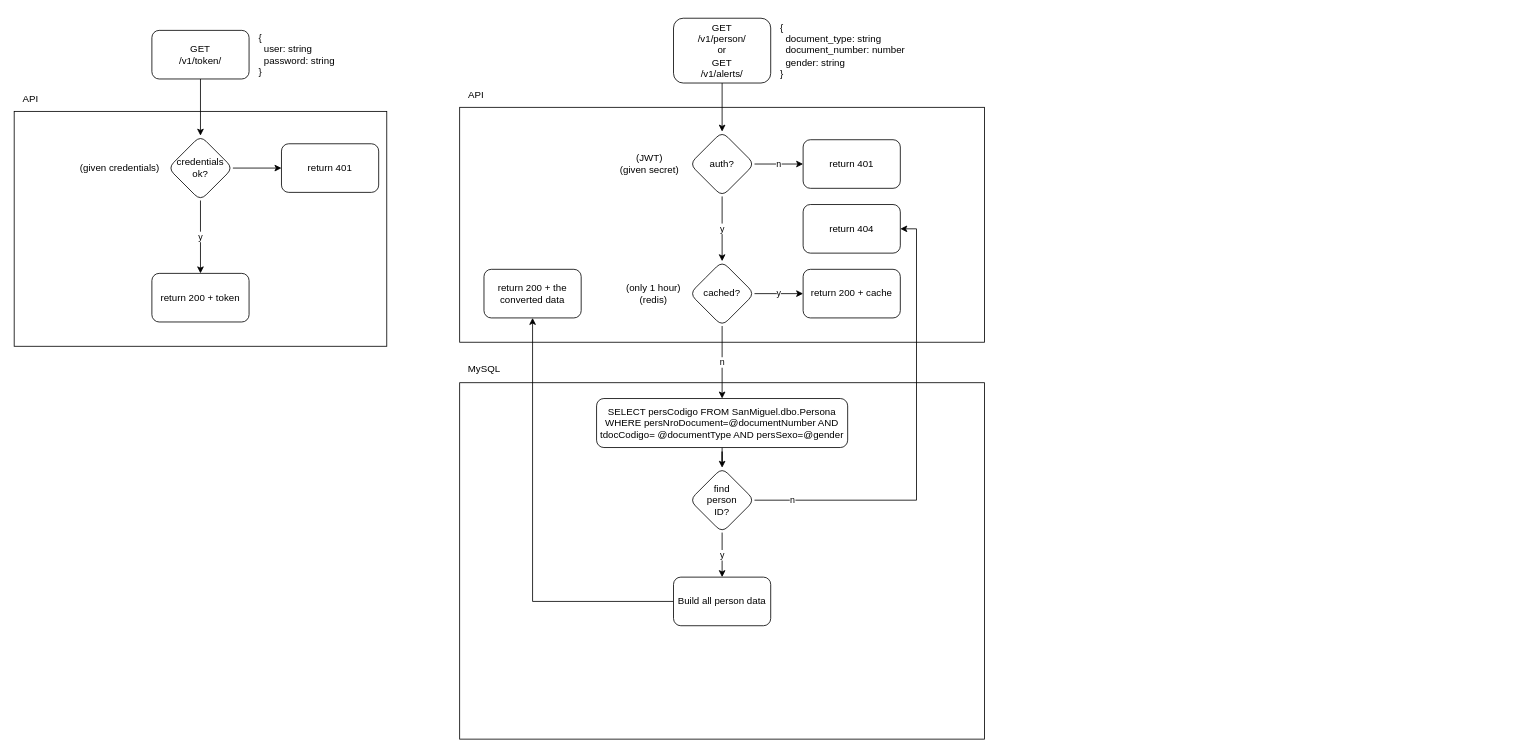
This is diagrams/api.drawio from juanikitro/API_HistoriaClinica_ts-deprecated-, a draw.io file, before an edit. Source tidied: cells renumbered, new cells numbered last; positions are measured from the earlier drawing's top-left corner, leaving out a move shared by most shapes. Both pictures are drawn from the tidied source at 81%, with x=0, y=0 at pixel (14, 14).
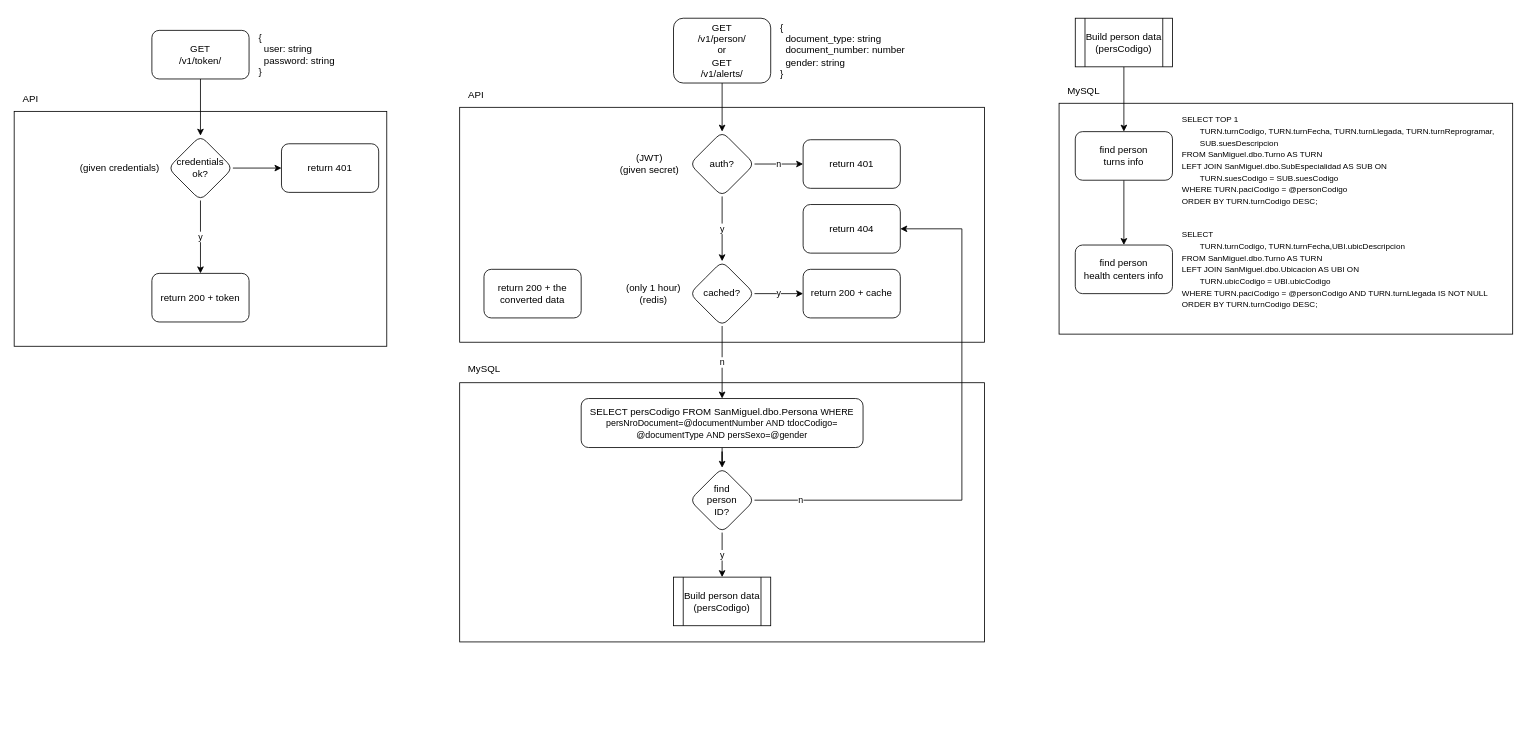
Above is the later version.

Unchanged cells that the change refers to:
```xml
<mxCell id="33" value="return 200 + the converted data" style="whiteSpace=wrap;html=1;rounded=1;" parent="1" vertex="1">
  <mxGeometry x="580" y="315" width="120" height="60" as="geometry" />
</mxCell>
<mxCell id="35" value="find &lt;br&gt;person &lt;br&gt;ID?" style="rhombus;whiteSpace=wrap;html=1;rounded=1;" parent="1" vertex="1">
  <mxGeometry x="834" y="560" width="80" height="80" as="geometry" />
</mxCell>
<mxCell id="36" value="return 404" style="whiteSpace=wrap;html=1;rounded=1;" parent="1" vertex="1">
  <mxGeometry x="974" y="235" width="120" height="60" as="geometry" />
</mxCell>
```

Diff of the diagram source:
```diff
@@
+    <mxCell id="39" style="rounded=0;whiteSpace=wrap;html=1;" parent="1" vertex="1">
+      <mxGeometry x="1290" y="110" width="560" height="285" as="geometry" />
+    </mxCell>
     <mxCell id="2" style="rounded=0;whiteSpace=wrap;html=1;" parent="1" vertex="1">
-      <mxGeometry x="550" y="455" width="648" height="440" as="geometry" />
+      <mxGeometry x="550" y="455" width="648" height="320" as="geometry" />
     </mxCell>
@@
-    <mxCell id="29" value="y" style="edgeStyle=orthogonalEdgeStyle;rounded=0;jettySize=auto;html=1;exitX=0.5;exitY=1;exitDx=0;exitDy=0;" parent="1" edge="1" source="35" target="32">
+    <mxCell id="29" value="y" style="edgeStyle=orthogonalEdgeStyle;rounded=0;jettySize=auto;html=1;exitX=0.5;exitY=1;exitDx=0;exitDy=0;entryX=0.5;entryY=0;entryDx=0;entryDy=0;" parent="1" edge="1" source="35" target="40">
       <mxGeometry relative="1" as="geometry" />
     </mxCell>
@@
-    <mxCell id="31" style="edgeStyle=orthogonalEdgeStyle;rounded=0;jettySize=auto;html=1;" parent="1" edge="1" source="32" target="33">
-      <mxGeometry relative="1" as="geometry" />
-    </mxCell>
-    <mxCell id="32" value="Build all person data" style="whiteSpace=wrap;html=1;rounded=1;" parent="1" vertex="1">
-      <mxGeometry x="814" y="695" width="120" height="60" as="geometry" />
-    </mxCell>
@@
     <mxCell id="34" value="n" style="edgeStyle=orthogonalEdgeStyle;rounded=0;jettySize=auto;html=1;entryX=1;entryY=0.5;entryDx=0;entryDy=0;" parent="1" edge="1" source="35" target="36">
-      <mxGeometry x="-0.83" relative="1" as="geometry" />
+      <mxGeometry x="-0.83" relative="1" as="geometry">
+        <Array as="points">
+          <mxPoint x="1170" y="600" />
+          <mxPoint x="1170" y="265" />
+        </Array>
+      </mxGeometry>
     </mxCell>
@@
-    <mxCell id="38" value="SELECT persCodigo FROM SanMiguel.dbo.Persona WHERE persNroDocument=@documentNumber AND tdocCodigo= @documentType AND persSexo=@gender" style="rounded=1;whiteSpace=wrap;html=1;" parent="1" vertex="1">
-      <mxGeometry x="719" y="474.5" width="310" height="60.5" as="geometry" />
+    <mxCell id="38" value="SELECT persCodigo FROM SanMiguel.dbo.Persona&amp;nbsp;&lt;span style=&quot;font-size: 11px; text-align: left;&quot;&gt;WHERE persNroDocument=@documentNumber&amp;nbsp;&lt;/span&gt;&lt;span style=&quot;font-size: 11px; text-align: left;&quot;&gt;AND tdocCodigo= @documentType&amp;nbsp;&lt;/span&gt;&lt;span style=&quot;font-size: 11px; text-align: left;&quot;&gt;AND persSexo=@gender&lt;/span&gt;" style="rounded=1;whiteSpace=wrap;html=1;" parent="1" vertex="1">
+      <mxGeometry x="700" y="474.5" width="348" height="60.5" as="geometry" />
     </mxCell>
+    <mxCell id="40" value="Build person data&lt;br&gt;(persCodigo)" style="shape=process;whiteSpace=wrap;html=1;backgroundOutline=1;" parent="1" vertex="1">
+      <mxGeometry x="814" y="695" width="120" height="60" as="geometry" />
+    </mxCell>
+    <mxCell id="41" style="edgeStyle=orthogonalEdgeStyle;rounded=0;jettySize=auto;html=1;entryX=0.5;entryY=0;entryDx=0;entryDy=0;" parent="1" edge="1" source="42" target="46">
+      <mxGeometry relative="1" as="geometry" />
+    </mxCell>
+    <mxCell id="42" value="Build person data&lt;br&gt;(persCodigo)" style="shape=process;whiteSpace=wrap;html=1;backgroundOutline=1;" parent="1" vertex="1">
+      <mxGeometry x="1310" y="5" width="120" height="60" as="geometry" />
+    </mxCell>
+    <mxCell id="43" value="MySQL" style="text;html=1;align=center;verticalAlign=middle;strokeColor=none;fillColor=none;" parent="1" vertex="1">
+      <mxGeometry x="1290" y="80" width="60" height="30" as="geometry" />
+    </mxCell>
+    <mxCell id="44" value="&lt;font style=&quot;font-size: 10px;&quot;&gt;SELECT TOP 1 &lt;br&gt;&lt;span style=&quot;white-space: pre;&quot;&gt;&#9;&lt;/span&gt;TURN.turnCodigo, TURN.turnFecha, TURN.turnLlegada, TURN.turnReprogramar, &lt;br&gt;&lt;span style=&quot;white-space: pre;&quot;&gt;&#9;&lt;/span&gt;SUB.suesDescripcion &lt;br&gt;FROM SanMiguel.dbo.Turno AS TURN &lt;br&gt;LEFT JOIN SanMiguel.dbo.SubEspecialidad AS SUB ON &lt;br&gt;&lt;span style=&quot;white-space: pre;&quot;&gt;&#9;&lt;/span&gt;TURN.suesCodigo = SUB.suesCodigo &lt;br&gt;WHERE TURN.paciCodigo = @personCodigo&lt;br&gt;ORDER BY TURN.turnCodigo DESC;&lt;/font&gt;" style="text;html=1;align=left;verticalAlign=middle;strokeColor=none;fillColor=none;" parent="1" vertex="1">
+      <mxGeometry x="1440" y="115" width="410" height="130" as="geometry" />
+    </mxCell>
+    <mxCell id="45" style="edgeStyle=orthogonalEdgeStyle;rounded=0;jettySize=auto;html=1;" parent="1" edge="1" source="46" target="47">
+      <mxGeometry relative="1" as="geometry" />
+    </mxCell>
+    <mxCell id="46" value="find person&lt;br&gt;turns info" style="rounded=1;whiteSpace=wrap;html=1;" parent="1" vertex="1">
+      <mxGeometry x="1310" y="145" width="120" height="60" as="geometry" />
+    </mxCell>
+    <mxCell id="47" value="find person&lt;br&gt;health centers info" style="rounded=1;whiteSpace=wrap;html=1;" parent="1" vertex="1">
+      <mxGeometry x="1310" y="285" width="120" height="60" as="geometry" />
+    </mxCell>
+    <mxCell id="48" value="&lt;font style=&quot;font-size: 10px;&quot;&gt;SELECT&lt;br&gt;&lt;span style=&quot;white-space: pre;&quot;&gt;&#9;&lt;/span&gt;TURN.turnCodigo, TURN.turnFecha,UBI.ubicDescripcion&lt;br&gt;FROM SanMiguel.dbo.Turno AS TURN &lt;br&gt;LEFT JOIN SanMiguel.dbo.Ubicacion AS UBI ON &lt;br&gt;&lt;span style=&quot;white-space: pre;&quot;&gt;&#9;&lt;/span&gt;TURN.ubicCodigo = UBI.ubicCodigo&lt;br&gt;WHERE TURN.paciCodigo = @personCodigo AND TURN.turnLlegada IS NOT NULL&lt;br&gt;ORDER BY TURN.turnCodigo DESC;&lt;/font&gt;" style="text;html=1;align=left;verticalAlign=middle;strokeColor=none;fillColor=none;" parent="1" vertex="1">
+      <mxGeometry x="1440" y="260" width="400" height="110" as="geometry" />
+    </mxCell>
```
